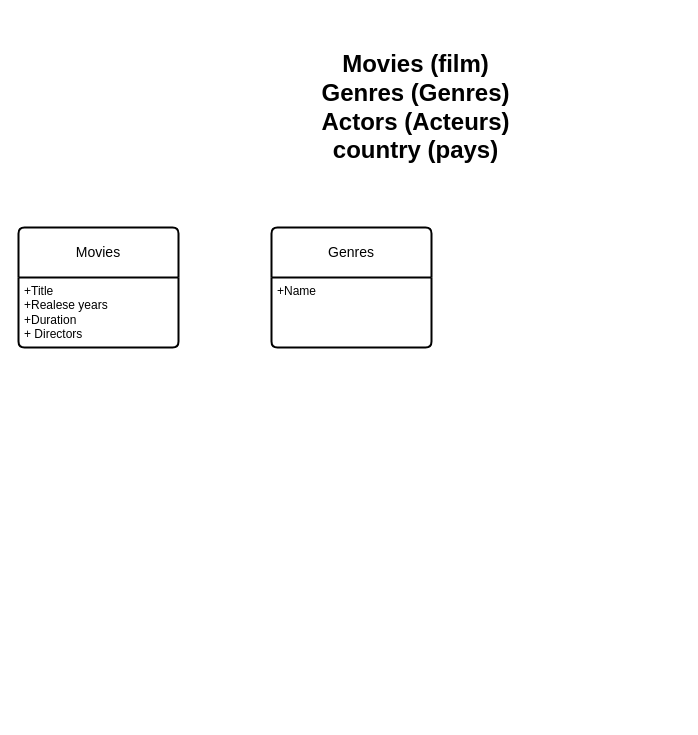
HenriRenri/SAYNA-CULTUREG-PROJET1 keeps this draw.io diagram as page "Page-1" (1 of 2) of Premier_diagrame.drawio. Above is the earlier version. Source tidied: cells renumbered, new cells numbered last; positions are measured from the earlier drawing's top-left corner, leaving out a move shared by most shapes. Both pictures are drawn from the tidied source at 100%, with x=0, y=0 at pixel (18, 87).
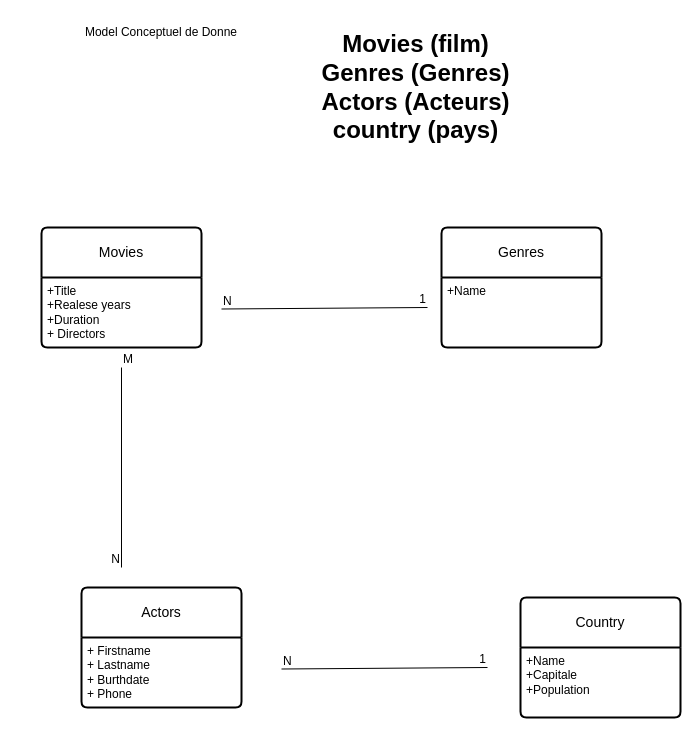
Above is the later version.

Commit message (it also covers changes not shown here):
Mettre à jour Premier_diagrame.drawio

What changed in the source:
```diff
@@
     <mxCell id="2" value="Movies" style="swimlane;horizontal=1;startSize=50;rounded=1;fontSize=14;fontStyle=0;strokeWidth=2;shadow=0;dashed=0;align=center;arcSize=4;whiteSpace=wrap;html=1;" parent="1" vertex="1">
-      <mxGeometry y="140" width="160" height="120" as="geometry" />
+      <mxGeometry x="23" y="140" width="160" height="120" as="geometry" />
     </mxCell>
@@
     <mxCell id="4" value="&lt;div&gt;Movies (film)&lt;/div&gt;&lt;div&gt;Genres (Genres)&lt;/div&gt;&lt;div&gt;Actors (Acteurs)&lt;/div&gt;&lt;div&gt;country (pays)&lt;br&gt;&lt;/div&gt;" style="text;strokeColor=none;fillColor=none;html=1;fontSize=24;fontStyle=1;verticalAlign=middle;align=center;" parent="1" vertex="1">
-      <mxGeometry x="292" width="210" height="40" as="geometry" />
+      <mxGeometry x="292" y="-20" width="210" height="40" as="geometry" />
     </mxCell>
     <mxCell id="5" value="Genres" style="swimlane;horizontal=1;startSize=50;rounded=1;fontSize=14;fontStyle=0;strokeWidth=2;shadow=0;dashed=0;align=center;arcSize=4;whiteSpace=wrap;html=1;" parent="1" vertex="1">
-      <mxGeometry x="253" y="140" width="160" height="120" as="geometry" />
+      <mxGeometry x="423" y="140" width="160" height="120" as="geometry" />
     </mxCell>
@@
+    <mxCell id="7" value="Actors" style="swimlane;horizontal=1;startSize=50;rounded=1;fontSize=14;fontStyle=0;strokeWidth=2;shadow=0;dashed=0;align=center;arcSize=4;whiteSpace=wrap;html=1;" parent="1" vertex="1">
+      <mxGeometry x="63" y="500" width="160" height="120" as="geometry" />
+    </mxCell>
+    <mxCell id="8" value="+ Firstname&lt;br&gt;+ Lastname&lt;br&gt;&lt;div&gt;+ Burthdate&lt;/div&gt;&lt;div&gt;+ Phone&lt;br&gt;&lt;/div&gt;" style="align=left;strokeColor=none;fillColor=none;spacingLeft=4;fontSize=12;verticalAlign=top;html=1;" parent="7" vertex="1">
+      <mxGeometry y="50" width="160" height="70" as="geometry" />
+    </mxCell>
+    <mxCell id="9" value="Country" style="swimlane;horizontal=1;startSize=50;rounded=1;fontSize=14;fontStyle=0;strokeWidth=2;shadow=0;dashed=0;align=center;arcSize=4;whiteSpace=wrap;html=1;" parent="1" vertex="1">
+      <mxGeometry x="502" y="510" width="160" height="120" as="geometry" />
+    </mxCell>
+    <mxCell id="10" value="+Name&lt;br&gt;+Capitale&lt;br&gt;+Population" style="align=left;strokeColor=none;fillColor=none;spacingLeft=4;fontSize=12;verticalAlign=top;html=1;" parent="9" vertex="1">
+      <mxGeometry y="50" width="160" height="70" as="geometry" />
+    </mxCell>
+    <mxCell id="11" style="endArrow=none;html=1;rounded=0;entryX=-0.025;entryY=0.114;entryDx=0;entryDy=0;entryPerimeter=0;" parent="1" edge="1">
+      <mxGeometry relative="1" as="geometry">
+        <mxPoint x="263" y="581.5" as="sourcePoint" />
+        <mxPoint x="469" y="580" as="targetPoint" />
+      </mxGeometry>
+    </mxCell>
+    <mxCell id="12" value="N" style="html=1;whiteSpace=wrap;align=left;verticalAlign=bottom;" parent="11" vertex="1">
+      <mxGeometry x="-1" relative="1" as="geometry" />
+    </mxCell>
+    <mxCell id="13" value="1" style="html=1;whiteSpace=wrap;align=right;verticalAlign=bottom;" parent="11" vertex="1">
+      <mxGeometry x="1" relative="1" as="geometry" />
+    </mxCell>
+    <mxCell id="14" style="endArrow=none;html=1;rounded=0;entryX=-0.025;entryY=0.114;entryDx=0;entryDy=0;entryPerimeter=0;" parent="1" edge="1">
+      <mxGeometry relative="1" as="geometry">
+        <mxPoint x="203" y="221.5" as="sourcePoint" />
+        <mxPoint x="409" y="220" as="targetPoint" />
+      </mxGeometry>
+    </mxCell>
+    <mxCell id="15" value="N" style="html=1;whiteSpace=wrap;align=left;verticalAlign=bottom;" parent="14" vertex="1">
+      <mxGeometry x="-1" relative="1" as="geometry" />
+    </mxCell>
+    <mxCell id="16" value="1" style="html=1;whiteSpace=wrap;align=right;verticalAlign=bottom;" parent="14" vertex="1">
+      <mxGeometry x="1" relative="1" as="geometry" />
+    </mxCell>
+    <mxCell id="17" style="endArrow=none;html=1;rounded=0;" parent="1" edge="1">
+      <mxGeometry relative="1" as="geometry">
+        <mxPoint x="103" y="280" as="sourcePoint" />
+        <mxPoint x="103" y="480" as="targetPoint" />
+      </mxGeometry>
+    </mxCell>
+    <mxCell id="18" value="M" style="html=1;whiteSpace=wrap;align=left;verticalAlign=bottom;" parent="17" vertex="1">
+      <mxGeometry x="-1" relative="1" as="geometry" />
+    </mxCell>
+    <mxCell id="19" value="N" style="html=1;whiteSpace=wrap;align=right;verticalAlign=bottom;" parent="17" vertex="1">
+      <mxGeometry x="1" relative="1" as="geometry" />
+    </mxCell>
+    <mxCell id="20" value="Model Conceptuel de Donne" style="text;html=1;strokeColor=none;fillColor=none;align=center;verticalAlign=middle;whiteSpace=wrap;rounded=0;" parent="1" vertex="1">
+      <mxGeometry x="23" y="-70" width="240" height="30" as="geometry" />
+    </mxCell>
```
